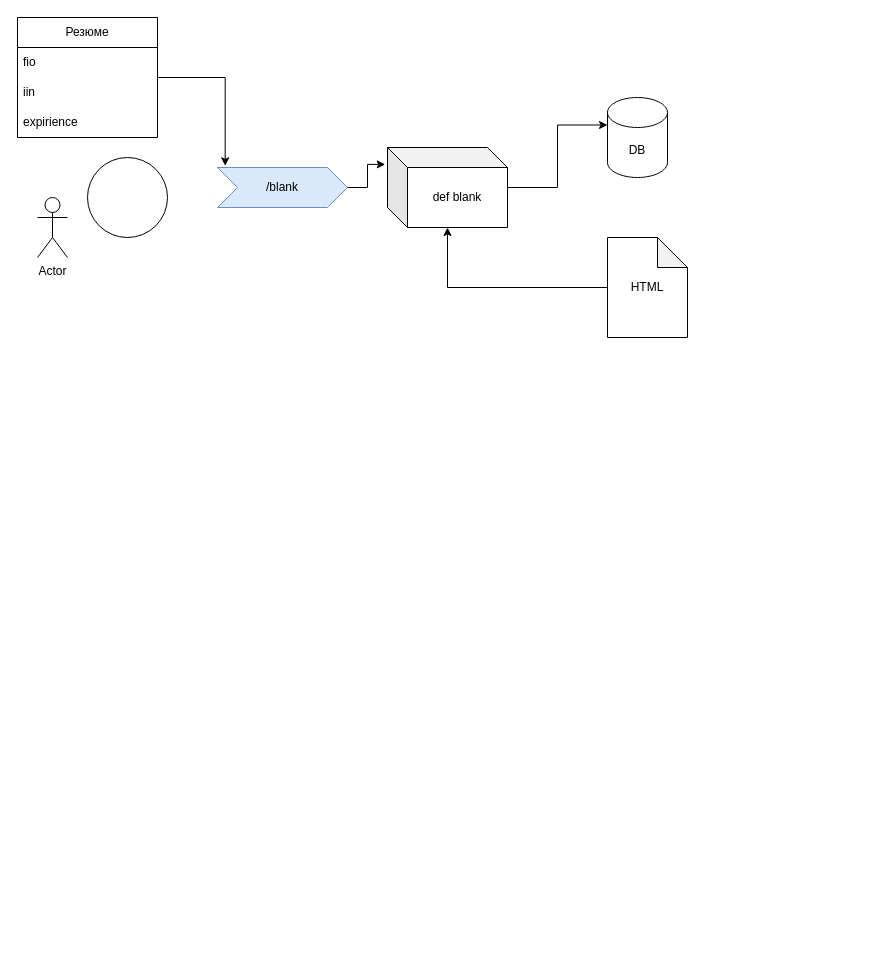
Before: projects/6/web_django_vacansies/схема.drawio in bogdandrienko/PyE-231, a draw.io diagram. Source tidied: cells renumbered, new cells numbered last; positions are measured from the earlier drawing's top-left corner, leaving out a move shared by most shapes. Both pictures are drawn from the tidied source at 100%, with x=0, y=0 at pixel (17, 17).
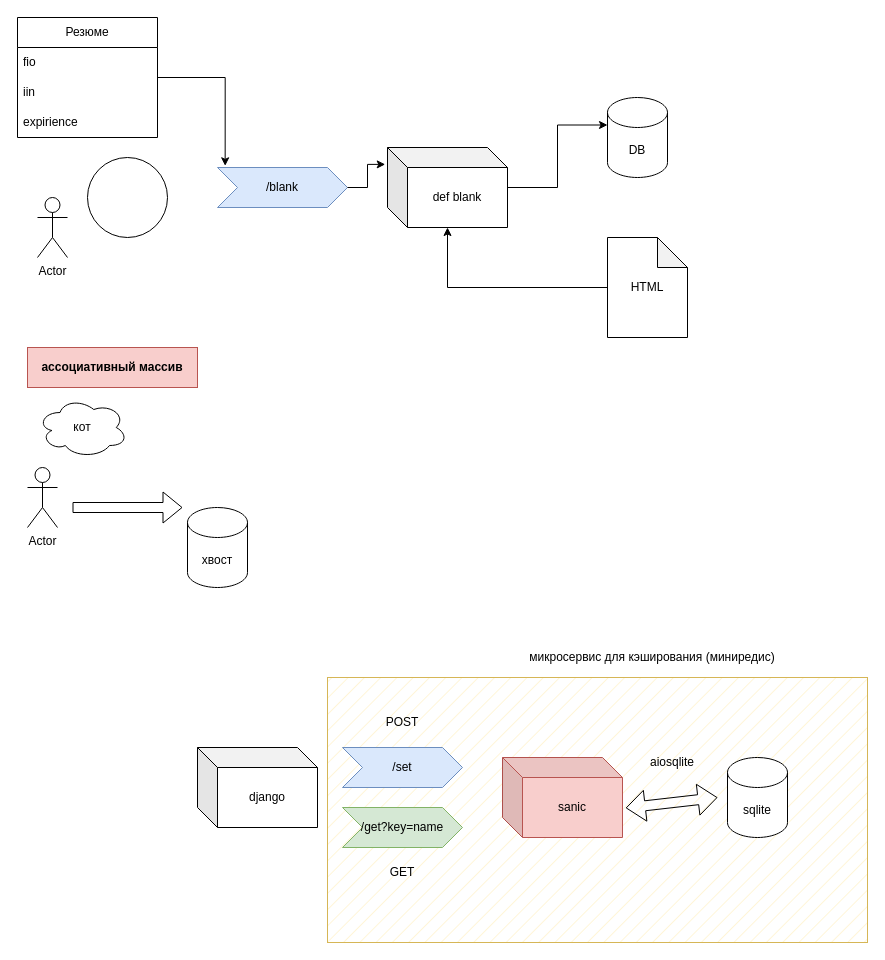
Above is the later version.

What changed in the source:
```diff
@@
+    <mxCell id="16" style="rounded=0;whiteSpace=wrap;html=1;fillStyle=hatch;fillColor=#fff2cc;strokeColor=#d6b656;" parent="1" vertex="1">
+      <mxGeometry x="310" y="660" width="540" height="265" as="geometry" />
+    </mxCell>
@@
+    <mxCell id="17" value="ассоциативный массив" style="text;html=1;strokeColor=#b85450;fillColor=#f8cecc;align=center;verticalAlign=middle;whiteSpace=wrap;rounded=0;fontStyle=1;" parent="1" vertex="1">
+      <mxGeometry x="10" y="330" width="170" height="40" as="geometry" />
+    </mxCell>
+    <mxCell id="18" value="Actor" style="shape=umlActor;verticalLabelPosition=bottom;verticalAlign=top;html=1;" parent="1" vertex="1">
+      <mxGeometry x="10" y="450" width="30" height="60" as="geometry" />
+    </mxCell>
+    <mxCell id="19" value="кот" style="ellipse;shape=cloud;whiteSpace=wrap;html=1;" parent="1" vertex="1">
+      <mxGeometry x="20" y="380" width="90" height="60" as="geometry" />
+    </mxCell>
+    <mxCell id="20" style="shape=flexArrow;endArrow=classic;html=1;rounded=0;" parent="1" edge="1">
+      <mxGeometry relative="1" as="geometry">
+        <mxPoint x="55" y="490" as="sourcePoint" />
+        <mxPoint x="165" y="490" as="targetPoint" />
+      </mxGeometry>
+    </mxCell>
+    <mxCell id="21" value="хвост" style="shape=cylinder3;whiteSpace=wrap;html=1;boundedLbl=1;backgroundOutline=1;size=15;" parent="1" vertex="1">
+      <mxGeometry x="170" y="490" width="60" height="80" as="geometry" />
+    </mxCell>
+    <mxCell id="22" value="/set" style="shape=step;perimeter=stepPerimeter;whiteSpace=wrap;html=1;fixedSize=1;fillColor=#dae8fc;strokeColor=#6c8ebf;" parent="1" vertex="1">
+      <mxGeometry x="325" y="730" width="120" height="40" as="geometry" />
+    </mxCell>
+    <mxCell id="23" value="/get?key=name" style="shape=step;perimeter=stepPerimeter;whiteSpace=wrap;html=1;fixedSize=1;fillColor=#d5e8d4;strokeColor=#82b366;" parent="1" vertex="1">
+      <mxGeometry x="325" y="790" width="120" height="40" as="geometry" />
+    </mxCell>
+    <mxCell id="24" value="POST" style="text;html=1;strokeColor=none;fillColor=none;align=center;verticalAlign=middle;whiteSpace=wrap;rounded=0;" parent="1" vertex="1">
+      <mxGeometry x="355" y="690" width="60" height="30" as="geometry" />
+    </mxCell>
+    <mxCell id="25" value="GET" style="text;html=1;strokeColor=none;fillColor=none;align=center;verticalAlign=middle;whiteSpace=wrap;rounded=0;" parent="1" vertex="1">
+      <mxGeometry x="355" y="840" width="60" height="30" as="geometry" />
+    </mxCell>
+    <mxCell id="26" value="sqlite" style="shape=cylinder3;whiteSpace=wrap;html=1;boundedLbl=1;backgroundOutline=1;size=15;" parent="1" vertex="1">
+      <mxGeometry x="710" y="740" width="60" height="80" as="geometry" />
+    </mxCell>
+    <mxCell id="27" value="sanic" style="shape=cube;whiteSpace=wrap;html=1;boundedLbl=1;backgroundOutline=1;darkOpacity=0.05;darkOpacity2=0.1;fillColor=#f8cecc;strokeColor=#b85450;" parent="1" vertex="1">
+      <mxGeometry x="485" y="740" width="120" height="80" as="geometry" />
+    </mxCell>
+    <mxCell id="28" style="shape=flexArrow;endArrow=classic;startArrow=classic;html=1;rounded=0;exitX=1.027;exitY=0.631;exitDx=0;exitDy=0;exitPerimeter=0;" parent="1" edge="1" source="27">
+      <mxGeometry relative="1" as="geometry">
+        <mxPoint x="700" y="780" as="targetPoint" />
+      </mxGeometry>
+    </mxCell>
+    <mxCell id="29" value="aiosqlite" style="text;html=1;strokeColor=none;fillColor=none;align=center;verticalAlign=middle;whiteSpace=wrap;rounded=0;" parent="1" vertex="1">
+      <mxGeometry x="625" y="730" width="60" height="30" as="geometry" />
+    </mxCell>
+    <mxCell id="30" value="django" style="shape=cube;whiteSpace=wrap;html=1;boundedLbl=1;backgroundOutline=1;darkOpacity=0.05;darkOpacity2=0.1;" parent="1" vertex="1">
+      <mxGeometry x="180" y="730" width="120" height="80" as="geometry" />
+    </mxCell>
+    <mxCell id="31" value="микросервис для кэширования (миниредис)" style="text;html=1;strokeColor=none;fillColor=none;align=center;verticalAlign=middle;whiteSpace=wrap;rounded=0;" parent="1" vertex="1">
+      <mxGeometry x="500" y="630" width="270" height="20" as="geometry" />
+    </mxCell>
```
